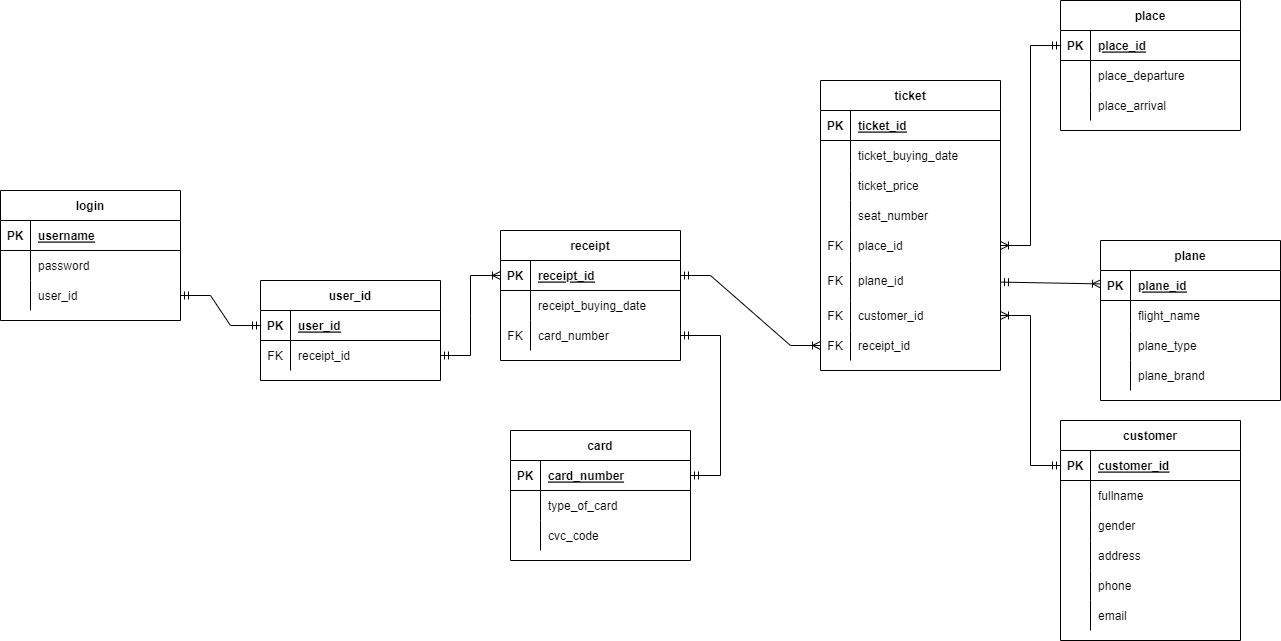
The draw.io diagram database/Database.png in GumBox/CloudAirlineG8, before a commit. Source tidied: cells renumbered, new cells last; positions are measured from the earlier drawing's top-left corner, leaving out a move shared by most shapes.
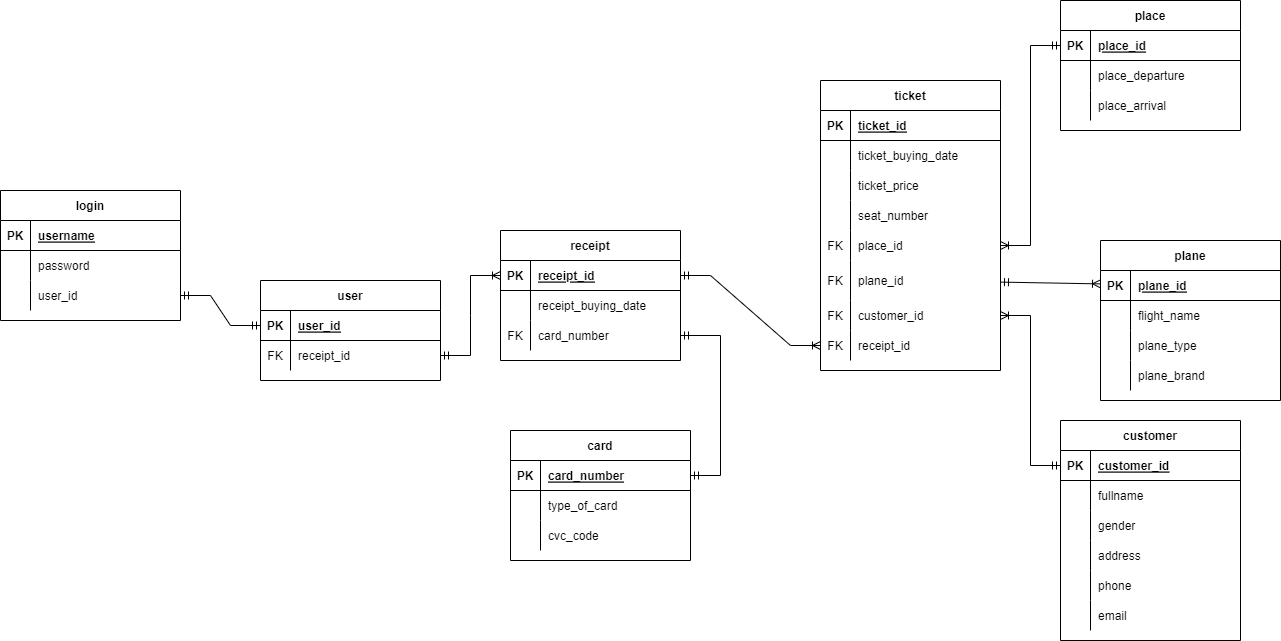
The same file after the commit.

Diff of the diagram source:
```diff
@@ -275,7 +275,7 @@
     <mxCell id="92" style="edgeStyle=entityRelationEdgeStyle;fontSize=12;html=1;endArrow=ERoneToMany;startArrow=ERmandOne;rounded=0;" parent="1" edge="1" source="3" target="50">
       <mxGeometry relative="1" as="geometry" />
     </mxCell>
-    <mxCell id="93" value="user_id" style="shape=table;startSize=30;rowLines=0;fontStyle=1;align=center;verticalAlign=middle;" parent="1" vertex="1">
+    <mxCell id="93" value="user" style="shape=table;startSize=30;rowLines=0;fontStyle=1;align=center;verticalAlign=middle;" parent="1" vertex="1">
       <mxGeometry x="260" y="280" width="180" height="100" as="geometry" />
     </mxCell>
     <mxCell id="94" style="shape=tableRow;horizontal=0;startSize=0;swimlaneHead=0;swimlaneBody=0;fillColor=none;points=[[0,0.5],[1,0.5]];portConstraint=eastwest;top=0;left=0;right=0;bottom=1;" parent="93" vertex="1">
```
